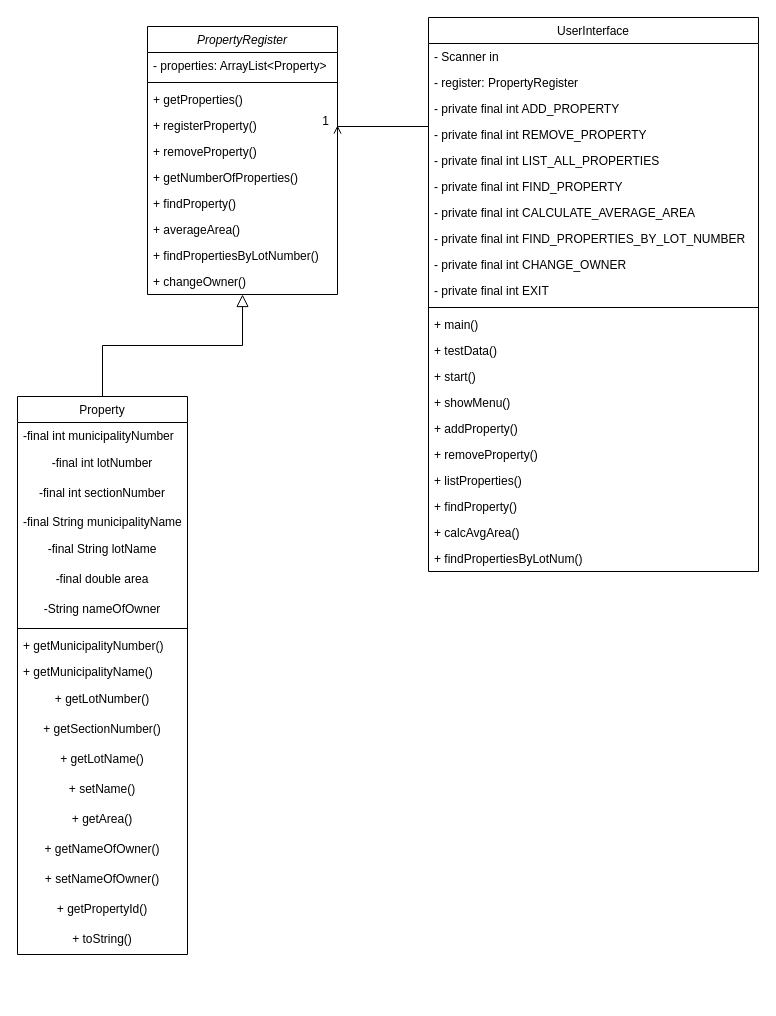
Before: src/Oving11/Property_Class.drawio in Warlock2358/Oving-Oppgaver, a draw.io diagram. Source tidied: cells renumbered, new cells numbered last; positions are measured from the earlier drawing's top-left corner, leaving out a move shared by most shapes. Both pictures are drawn from the tidied source at 100%, with x=0, y=0 at pixel (17, 17).
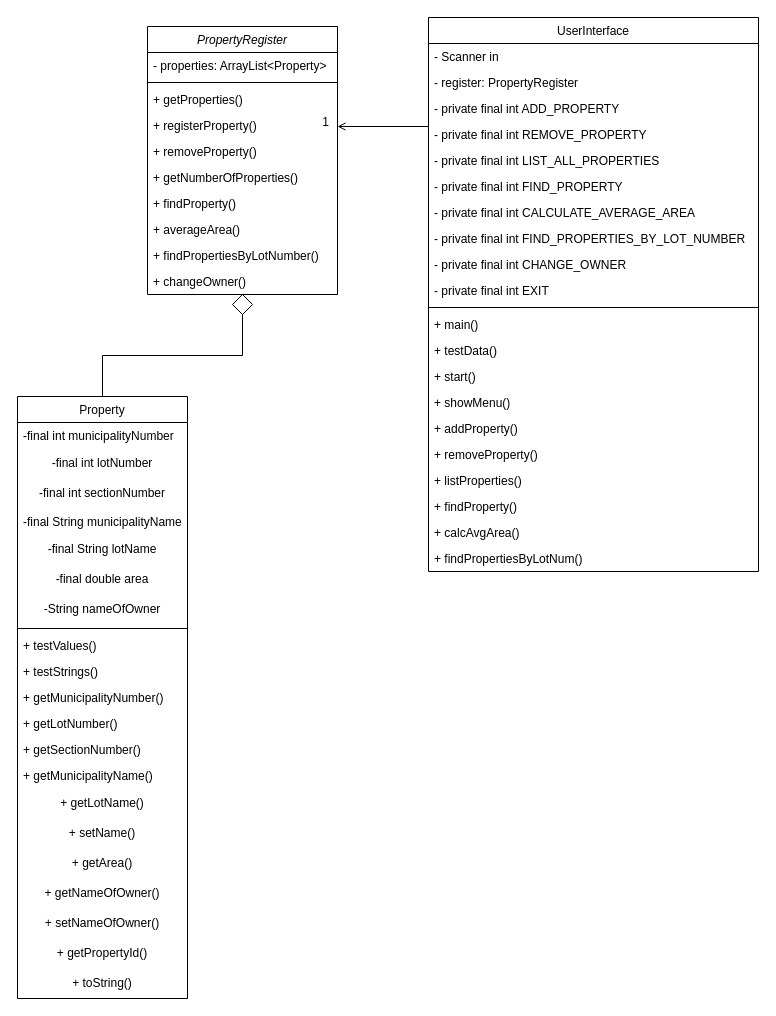
The same page after the edit.

The change refers to these unchanged cells:
```xml
<mxCell id="2" value="PropertyRegister" style="swimlane;fontStyle=2;align=center;verticalAlign=top;horizontal=1;startSize=26;rounded=0;shadow=0;strokeWidth=1;" parent="1" vertex="1">
  <mxGeometry x="130" y="9" width="190" height="268" as="geometry" />
</mxCell>
<mxCell id="6" value="+ registerProperty()" style="text;align=left;verticalAlign=top;spacingLeft=4;spacingRight=4;overflow=hidden;points=[[0,0.5],[1,0.5]];portConstraint=eastwest;" parent="2" vertex="1">
  <mxGeometry y="86" width="190" height="26" as="geometry" />
</mxCell>
<mxCell id="34" value="UserInterface" style="swimlane;fontStyle=0;align=center;verticalAlign=top;horizontal=1;startSize=26;rounded=0;shadow=0;strokeWidth=1;" parent="1" vertex="1">
  <mxGeometry x="411" width="330" height="554" as="geometry" />
</mxCell>
```

What changed in the source:
```diff
@@
     <mxCell id="13" value="Property" style="swimlane;fontStyle=0;align=center;verticalAlign=top;horizontal=1;startSize=26;rounded=0;shadow=0;strokeWidth=1;" parent="1" vertex="1">
-      <mxGeometry y="379" width="170" height="558" as="geometry" />
+      <mxGeometry y="379" width="170" height="602" as="geometry" />
     </mxCell>
@@
+    <mxCell id="59" value="+ testValues()" style="text;align=left;verticalAlign=top;spacingLeft=4;spacingRight=4;overflow=hidden;" parent="13" vertex="1">
+      <mxGeometry y="236" width="170" height="26" as="geometry" />
+    </mxCell>
+    <mxCell id="60" value="+ testStrings()" style="text;align=left;verticalAlign=top;spacingLeft=4;spacingRight=4;overflow=hidden;" parent="13" vertex="1">
+      <mxGeometry y="262" width="170" height="26" as="geometry" />
+    </mxCell>
     <mxCell id="22" value="+ getMunicipalityNumber()" style="text;align=left;verticalAlign=top;spacingLeft=4;spacingRight=4;overflow=hidden;" parent="13" vertex="1">
-      <mxGeometry y="236" width="170" height="26" as="geometry" />
+      <mxGeometry y="288" width="170" height="26" as="geometry" />
     </mxCell>
-    <mxCell id="23" value="+ getMunicipalityName()" style="text;align=left;verticalAlign=top;spacingLeft=4;spacingRight=4;overflow=hidden;" parent="13" vertex="1">
-      <mxGeometry y="262" width="170" height="26" as="geometry" />
-    </mxCell>
-    <mxCell id="24" value="+ getLotNumber()" style="text;strokeColor=none;fillColor=none;html=1;align=center;verticalAlign=middle;whiteSpace=wrap;rounded=0;hachureGap=4;" parent="13" vertex="1">
-      <mxGeometry y="288" width="170" height="30" as="geometry" />
+    <mxCell id="24" value="+ getLotNumber()" style="text;align=left;verticalAlign=top;spacingLeft=4;spacingRight=4;overflow=hidden;" parent="13" vertex="1">
+      <mxGeometry y="314" width="170" height="26" as="geometry" />
     </mxCell>
-    <mxCell id="25" value="+ getSectionNumber()" style="text;strokeColor=none;fillColor=none;html=1;align=center;verticalAlign=middle;whiteSpace=wrap;rounded=0;hachureGap=4;" parent="13" vertex="1">
-      <mxGeometry y="318" width="170" height="30" as="geometry" />
+    <mxCell id="25" value="+ getSectionNumber()" style="text;align=left;verticalAlign=top;spacingLeft=4;spacingRight=4;overflow=hidden;" parent="13" vertex="1">
+      <mxGeometry y="340" width="170" height="26" as="geometry" />
     </mxCell>
+    <mxCell id="23" value="+ getMunicipalityName()" style="text;align=left;verticalAlign=top;spacingLeft=4;spacingRight=4;overflow=hidden;" parent="13" vertex="1">
+      <mxGeometry y="366" width="170" height="26" as="geometry" />
+    </mxCell>
     <mxCell id="26" value="+ getLotName()" style="text;strokeColor=none;fillColor=none;html=1;align=center;verticalAlign=middle;whiteSpace=wrap;rounded=0;hachureGap=4;" parent="13" vertex="1">
-      <mxGeometry y="348" width="170" height="30" as="geometry" />
+      <mxGeometry y="392" width="170" height="30" as="geometry" />
     </mxCell>
     <mxCell id="27" value="+ setName()" style="text;strokeColor=none;fillColor=none;html=1;align=center;verticalAlign=middle;whiteSpace=wrap;rounded=0;hachureGap=4;" parent="13" vertex="1">
-      <mxGeometry y="378" width="170" height="30" as="geometry" />
+      <mxGeometry y="422" width="170" height="30" as="geometry" />
     </mxCell>
     <mxCell id="28" value="+ getArea()" style="text;strokeColor=none;fillColor=none;html=1;align=center;verticalAlign=middle;whiteSpace=wrap;rounded=0;hachureGap=4;" parent="13" vertex="1">
-      <mxGeometry y="408" width="170" height="30" as="geometry" />
+      <mxGeometry y="452" width="170" height="30" as="geometry" />
     </mxCell>
     <mxCell id="29" value="+ getNameOfOwner()" style="text;strokeColor=none;fillColor=none;html=1;align=center;verticalAlign=middle;whiteSpace=wrap;rounded=0;hachureGap=4;" parent="13" vertex="1">
-      <mxGeometry y="438" width="170" height="30" as="geometry" />
+      <mxGeometry y="482" width="170" height="30" as="geometry" />
     </mxCell>
     <mxCell id="30" value="+ setNameOfOwner()" style="text;strokeColor=none;fillColor=none;html=1;align=center;verticalAlign=middle;whiteSpace=wrap;rounded=0;hachureGap=4;" parent="13" vertex="1">
-      <mxGeometry y="468" width="170" height="30" as="geometry" />
+      <mxGeometry y="512" width="170" height="30" as="geometry" />
     </mxCell>
     <mxCell id="31" value="+ getPropertyId()" style="text;strokeColor=none;fillColor=none;html=1;align=center;verticalAlign=middle;whiteSpace=wrap;rounded=0;hachureGap=4;" parent="13" vertex="1">
-      <mxGeometry y="498" width="170" height="30" as="geometry" />
+      <mxGeometry y="542" width="170" height="30" as="geometry" />
     </mxCell>
     <mxCell id="32" value="+ toString()" style="text;strokeColor=none;fillColor=none;html=1;align=center;verticalAlign=middle;whiteSpace=wrap;rounded=0;hachureGap=4;" parent="13" vertex="1">
-      <mxGeometry y="528" width="170" height="30" as="geometry" />
+      <mxGeometry y="572" width="170" height="30" as="geometry" />
     </mxCell>
-    <mxCell id="33" style="endArrow=block;endSize=10;endFill=0;shadow=0;strokeWidth=1;rounded=0;edgeStyle=elbowEdgeStyle;elbow=vertical;" parent="1" edge="1" source="13" target="2">
-      <mxGeometry relative="1" as="geometry" />
-    </mxCell>
@@
-    <mxCell id="56" style="endArrow=open;shadow=0;strokeWidth=1;rounded=0;endFill=1;edgeStyle=elbowEdgeStyle;elbow=vertical;exitX=0;exitY=0.5;exitDx=0;exitDy=0;entryX=1;entryY=0.5;entryDx=0;entryDy=0;" parent="1" edge="1" source="34" target="6">
+    <mxCell id="56" style="endArrow=open;shadow=0;strokeWidth=1;rounded=0;endFill=1;edgeStyle=elbowEdgeStyle;elbow=vertical;exitX=0;exitY=0.5;exitDx=0;exitDy=0;" parent="1" edge="1" source="34">
       <mxGeometry x="0.5" y="41" relative="1" as="geometry">
+        <mxPoint x="320" y="109" as="targetPoint" />
         <Array as="points">
-          <mxPoint x="400" y="109" />
+          <mxPoint x="380" y="109" />
         </Array>
         <mxPoint x="-40" y="32" as="offset" />
       </mxGeometry>
     </mxCell>
@@
+    <mxCell id="61" style="rhombus;whiteSpace=wrap;html=1;hachureGap=4;" parent="1" vertex="1">
+      <mxGeometry x="215" y="277" width="20" height="20" as="geometry" />
+    </mxCell>
+    <mxCell id="62" style="endArrow=none;endSize=10;endFill=0;shadow=0;strokeWidth=1;rounded=0;edgeStyle=elbowEdgeStyle;elbow=vertical;" parent="1" edge="1" source="13" target="61">
+      <mxGeometry relative="1" as="geometry" />
+    </mxCell>
```
